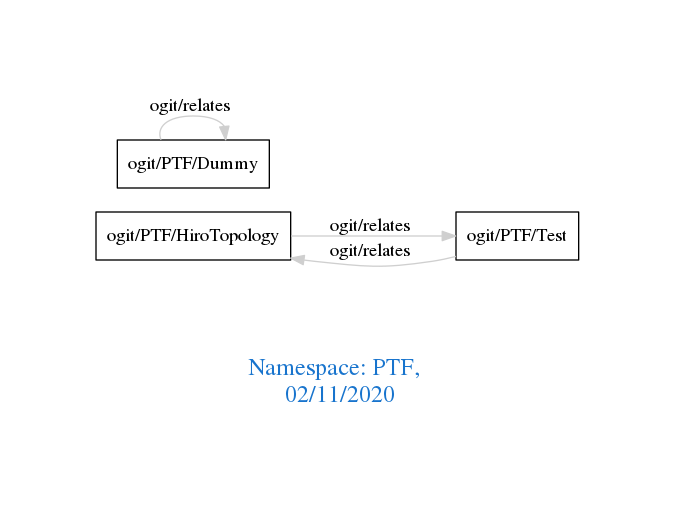
The Graphviz diagram downloads/PTF.png in arago/OGIT, before a commit. Its source is kept beside it as downloads/PTF.dot.
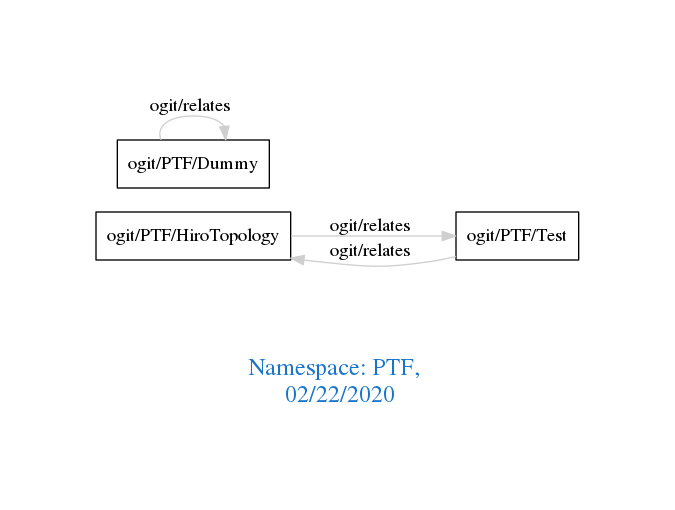
The same file after the commit.

What changed in the source:
```diff
@@ -1,7 +1,7 @@
 digraph OGIT_ontology {
  graph [ rankdir= LR,pad=1
 fontsize = 18,
-fontcolor= dodgerblue3,label = "\n\n\nNamespace: PTF, \n 02/11/2020"];
+fontcolor= dodgerblue3,label = "\n\n\nNamespace: PTF, \n 02/22/2020"];
 node[shape=polygon];
 edge [  color="gray81"];
 
```
